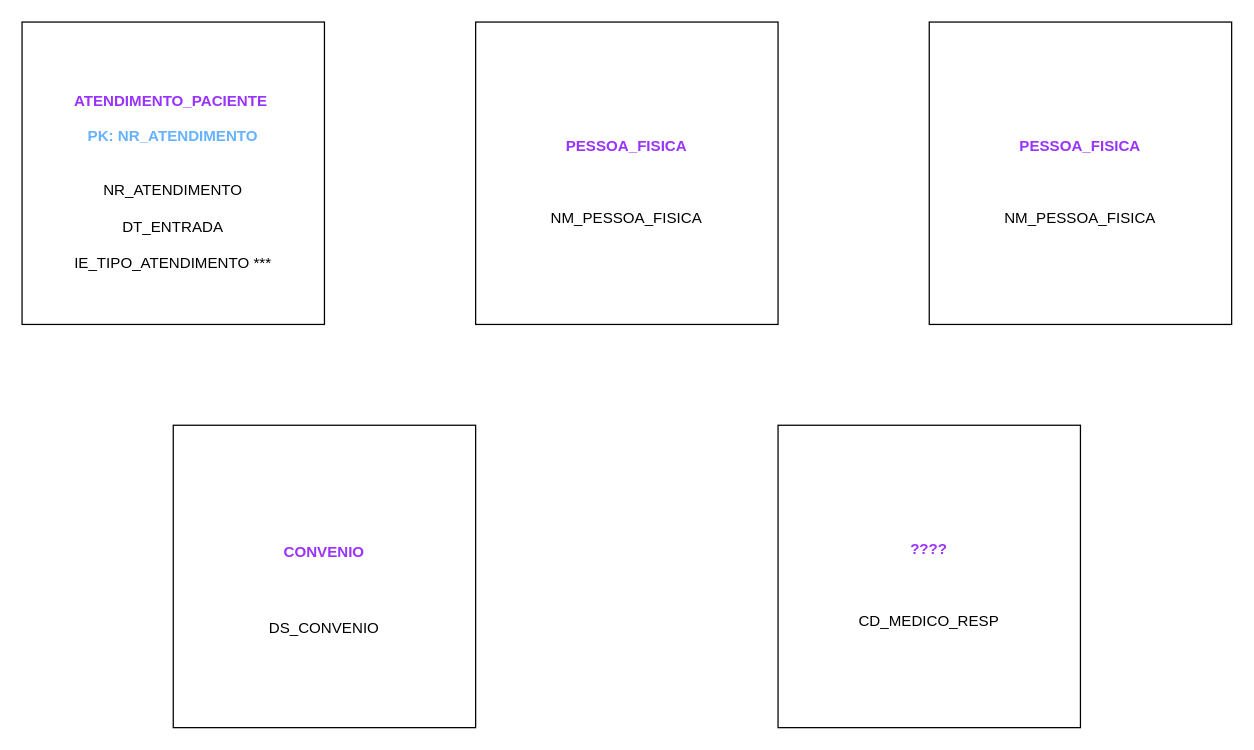
This is Exercício_09.drawio from PatriciaGavloski/diagramas.sql, a draw.io file, before an edit. Source tidied: cells renumbered, new cells numbered last; positions are measured from the earlier drawing's top-left corner, leaving out a move shared by most shapes. Both pictures are drawn from the tidied source at 126%, with x=0, y=0 at pixel (21, 21).
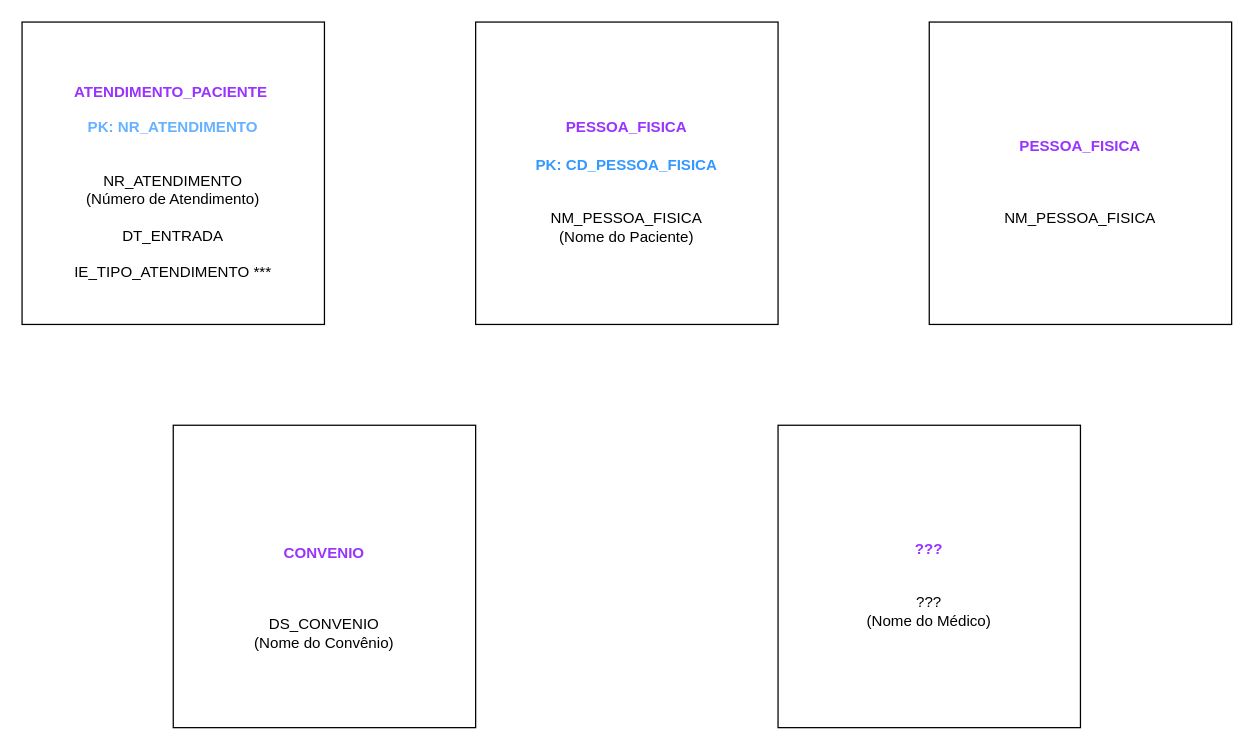
The same diagram, later.

The edit, as a diff of the source:
```diff
@@
 <mxGraphModel>
   <root>
     <mxCell id="0" />
     <mxCell id="1" parent="0" />
-    <mxCell id="2" value="&lt;p style=&quot;line-height: 150%;&quot; class=&quot;MsoNoSpacing&quot;&gt;&lt;b&gt;&lt;font color=&quot;#9933ff&quot;&gt;ATENDIMENTO_PACIENTE&lt;/font&gt;&lt;/b&gt;&lt;span style=&quot;background-color: initial;&quot;&gt;&amp;nbsp;&lt;/span&gt;&lt;/p&gt;&lt;span style=&quot;background-color: rgb(255, 255, 255);&quot;&gt;&lt;font color=&quot;#66b2ff&quot;&gt;&lt;b&gt;PK: NR_ATENDIMENTO&lt;/b&gt;&lt;/font&gt;&lt;/span&gt;&lt;div style=&quot;&quot;&gt;&lt;span style=&quot;background-color: initial;&quot;&gt;&lt;br&gt;&lt;/span&gt;&lt;/div&gt;&lt;div style=&quot;background-color: initial;&quot;&gt;&lt;span style=&quot;background-color: initial;&quot;&gt;&lt;br&gt;&lt;/span&gt;&lt;/div&gt;&lt;div style=&quot;background-color: initial;&quot;&gt;&lt;span style=&quot;background-color: initial;&quot;&gt;NR_ATENDIMENTO&lt;/span&gt;&lt;/div&gt;&lt;div style=&quot;background-color: initial;&quot;&gt;&lt;span style=&quot;background-color: initial;&quot;&gt;&lt;br&gt;&lt;/span&gt;&lt;/div&gt;&lt;div style=&quot;background-color: initial;&quot;&gt;DT_ENTRADA&lt;span style=&quot;background-color: initial;&quot;&gt;&lt;br&gt;&lt;/span&gt;&lt;/div&gt;&lt;div style=&quot;background-color: initial;&quot;&gt;&lt;br&gt;&lt;/div&gt;&lt;div style=&quot;background-color: initial;&quot;&gt;IE_TIPO_ATENDIMENTO ***&lt;br&gt;&lt;/div&gt;" style="whiteSpace=wrap;html=1;align=center;verticalAlign=middle;" parent="1" vertex="1">
+    <mxCell id="2" value="&lt;p style=&quot;line-height: 150%;&quot; class=&quot;MsoNoSpacing&quot;&gt;&lt;b&gt;&lt;font color=&quot;#9933ff&quot;&gt;ATENDIMENTO_PACIENTE&lt;/font&gt;&lt;/b&gt;&lt;span style=&quot;background-color: initial;&quot;&gt;&amp;nbsp;&lt;/span&gt;&lt;/p&gt;&lt;span style=&quot;background-color: rgb(255, 255, 255);&quot;&gt;&lt;font color=&quot;#66b2ff&quot;&gt;&lt;b&gt;PK: NR_ATENDIMENTO&lt;/b&gt;&lt;/font&gt;&lt;/span&gt;&lt;div style=&quot;&quot;&gt;&lt;span style=&quot;background-color: initial;&quot;&gt;&lt;br&gt;&lt;/span&gt;&lt;/div&gt;&lt;div style=&quot;background-color: initial;&quot;&gt;&lt;span style=&quot;background-color: initial;&quot;&gt;&lt;br&gt;&lt;/span&gt;&lt;/div&gt;&lt;div style=&quot;background-color: initial;&quot;&gt;&lt;span style=&quot;background-color: initial;&quot;&gt;NR_ATENDIMENTO&lt;/span&gt;&lt;/div&gt;&lt;div style=&quot;background-color: initial;&quot;&gt;&lt;span style=&quot;background-color: initial;&quot;&gt;(Número de Atendimento)&lt;/span&gt;&lt;/div&gt;&lt;div style=&quot;background-color: initial;&quot;&gt;&lt;span style=&quot;background-color: initial;&quot;&gt;&lt;br&gt;&lt;/span&gt;&lt;/div&gt;&lt;div style=&quot;background-color: initial;&quot;&gt;DT_ENTRADA&lt;span style=&quot;background-color: initial;&quot;&gt;&lt;br&gt;&lt;/span&gt;&lt;/div&gt;&lt;div style=&quot;background-color: initial;&quot;&gt;&lt;br&gt;&lt;/div&gt;&lt;div style=&quot;background-color: initial;&quot;&gt;IE_TIPO_ATENDIMENTO ***&lt;br&gt;&lt;/div&gt;" style="whiteSpace=wrap;html=1;align=center;verticalAlign=middle;" parent="1" vertex="1">
       <mxGeometry width="240" height="240" as="geometry" />
     </mxCell>
-    <mxCell id="3" value="&lt;p style=&quot;line-height: 150%;&quot; class=&quot;MsoNoSpacing&quot;&gt;&lt;b&gt;&lt;font color=&quot;#9933ff&quot;&gt;PESSOA_FISICA&lt;/font&gt;&lt;/b&gt;&lt;/p&gt;&lt;span style=&quot;background-color: initial;&quot;&gt;&lt;div style=&quot;&quot;&gt;&lt;span style=&quot;background-color: initial;&quot;&gt;&lt;br&gt;&lt;/span&gt;&lt;/div&gt;&lt;div style=&quot;&quot;&gt;&lt;span style=&quot;background-color: initial;&quot;&gt;&lt;br&gt;&lt;/span&gt;&lt;/div&gt;&lt;div style=&quot;&quot;&gt;&lt;span style=&quot;background-color: initial;&quot;&gt;NM_PESSOA_FISICA&lt;/span&gt;&lt;/div&gt;&lt;/span&gt;" style="whiteSpace=wrap;html=1;verticalAlign=middle;align=center;" parent="1" vertex="1">
+    <mxCell id="3" value="&lt;p style=&quot;line-height: 150%;&quot; class=&quot;MsoNoSpacing&quot;&gt;&lt;b&gt;&lt;font color=&quot;#9933ff&quot;&gt;PESSOA_FISICA&lt;/font&gt;&lt;/b&gt;&lt;/p&gt;&lt;p style=&quot;line-height: 150%;&quot; class=&quot;MsoNoSpacing&quot;&gt;&lt;b style=&quot;&quot;&gt;&lt;font color=&quot;#3399ff&quot;&gt;PK: CD_PESSOA_FISICA&lt;/font&gt;&lt;/b&gt;&lt;/p&gt;&lt;span style=&quot;background-color: initial;&quot;&gt;&lt;div style=&quot;&quot;&gt;&lt;span style=&quot;background-color: initial;&quot;&gt;&lt;br&gt;&lt;/span&gt;&lt;/div&gt;&lt;div style=&quot;&quot;&gt;&lt;span style=&quot;background-color: initial;&quot;&gt;NM_PESSOA_FISICA&lt;/span&gt;&lt;/div&gt;&lt;div style=&quot;&quot;&gt;&lt;span style=&quot;background-color: initial;&quot;&gt;(Nome do Paciente)&lt;/span&gt;&lt;/div&gt;&lt;/span&gt;" style="whiteSpace=wrap;html=1;verticalAlign=middle;align=center;" parent="1" vertex="1">
       <mxGeometry x="360" width="240" height="240" as="geometry" />
     </mxCell>
     <mxCell id="4" value="&lt;p style=&quot;line-height: 150%;&quot; class=&quot;MsoNoSpacing&quot;&gt;&lt;b&gt;&lt;font color=&quot;#9933ff&quot;&gt;PESSOA_FISICA&lt;/font&gt;&lt;/b&gt;&lt;/p&gt;&lt;span style=&quot;background-color: initial;&quot;&gt;&lt;br&gt;&lt;br&gt;NM_PESSOA_FISICA&lt;/span&gt;" style="whiteSpace=wrap;html=1;align=center;" parent="1" vertex="1">
       <mxGeometry x="720" width="240" height="240" as="geometry" />
     </mxCell>
-    <mxCell id="5" value="&lt;p style=&quot;line-height: 150%;&quot; class=&quot;MsoNoSpacing&quot;&gt;&lt;br/&gt;&lt;br/&gt;&lt;b&gt;&lt;font color=&quot;#9933ff&quot;&gt;CONVENIO&lt;/font&gt;&lt;/b&gt;&lt;/p&gt;&lt;span style=&quot;background-color: initial;&quot;&gt;&lt;div style=&quot;&quot;&gt;&lt;p style=&quot;text-align:justify;line-height:150%&quot; class=&quot;MsoNoSpacing&quot;&gt;&lt;span style=&quot;background-color: initial;&quot;&gt;&lt;br&gt;&lt;/span&gt;&lt;/p&gt;&lt;p style=&quot;text-align:justify;line-height:150%&quot; class=&quot;MsoNoSpacing&quot;&gt;&lt;span style=&quot;background-color: initial;&quot;&gt;DS_CONVENIO&lt;/span&gt;&lt;br&gt;&lt;/p&gt;&lt;p style=&quot;text-align:justify;line-height:150%&quot; class=&quot;MsoNoSpacing&quot;&gt;&lt;/p&gt;&lt;/div&gt;&lt;div style=&quot;&quot;&gt;&lt;br&gt;&lt;/div&gt;&lt;/span&gt;" style="whiteSpace=wrap;html=1;align=center;verticalAlign=middle;" parent="1" vertex="1">
+    <mxCell id="5" value="&lt;p style=&quot;line-height: 150%;&quot; class=&quot;MsoNoSpacing&quot;&gt;&lt;br&gt;&lt;br&gt;&lt;/p&gt;&lt;div style=&quot;&quot;&gt;&lt;b style=&quot;background-color: initial;&quot;&gt;&lt;font color=&quot;#9933ff&quot;&gt;CONVENIO&lt;/font&gt;&lt;/b&gt;&lt;/div&gt;&lt;p&gt;&lt;/p&gt;&lt;span style=&quot;background-color: initial;&quot;&gt;&lt;div style=&quot;&quot;&gt;&lt;p style=&quot;line-height: 150%;&quot; class=&quot;MsoNoSpacing&quot;&gt;&lt;span style=&quot;background-color: initial;&quot;&gt;&lt;br&gt;&lt;/span&gt;&lt;/p&gt;&lt;p style=&quot;line-height: 150%;&quot; class=&quot;MsoNoSpacing&quot;&gt;&lt;/p&gt;&lt;div style=&quot;&quot;&gt;&lt;span style=&quot;background-color: initial;&quot;&gt;DS_CONVENIO&lt;/span&gt;&lt;/div&gt;&lt;div style=&quot;&quot;&gt;&lt;span style=&quot;background-color: initial;&quot;&gt;(Nome do Convênio)&lt;/span&gt;&lt;/div&gt;&lt;p&gt;&lt;/p&gt;&lt;p style=&quot;line-height: 150%;&quot; class=&quot;MsoNoSpacing&quot;&gt;&lt;/p&gt;&lt;/div&gt;&lt;div style=&quot;&quot;&gt;&lt;br&gt;&lt;/div&gt;&lt;/span&gt;" style="whiteSpace=wrap;html=1;align=center;verticalAlign=middle;" parent="1" vertex="1">
       <mxGeometry x="120" y="320" width="240" height="240" as="geometry" />
     </mxCell>
-    <mxCell id="6" value="&lt;p style=&quot;line-height: 150%;&quot; class=&quot;MsoNoSpacing&quot;&gt;&lt;b&gt;&lt;font color=&quot;#9933ff&quot;&gt;????&lt;/font&gt;&lt;/b&gt;&lt;/p&gt;&lt;span style=&quot;background-color: initial;&quot;&gt;&lt;div style=&quot;&quot;&gt;&lt;br&gt;&lt;/div&gt;&lt;div style=&quot;&quot;&gt;&lt;span style=&quot;background-color: initial;&quot;&gt;&lt;br&gt;&lt;/span&gt;&lt;/div&gt;&lt;div style=&quot;&quot;&gt;CD_MEDICO_RESP&lt;br&gt;&lt;/div&gt;&lt;/span&gt;" style="whiteSpace=wrap;html=1;align=center;verticalAlign=middle;" parent="1" vertex="1">
+    <mxCell id="6" value="&lt;p style=&quot;line-height: 150%;&quot; class=&quot;MsoNoSpacing&quot;&gt;&lt;b&gt;&lt;font color=&quot;#9933ff&quot;&gt;???&lt;/font&gt;&lt;/b&gt;&lt;/p&gt;&lt;span style=&quot;background-color: initial;&quot;&gt;&lt;div style=&quot;&quot;&gt;&lt;br&gt;&lt;/div&gt;&lt;div style=&quot;&quot;&gt;&lt;span style=&quot;background-color: initial;&quot;&gt;???&lt;/span&gt;&lt;/div&gt;&lt;div style=&quot;&quot;&gt;(Nome do Médico)&lt;/div&gt;&lt;/span&gt;" style="whiteSpace=wrap;html=1;align=center;verticalAlign=middle;" parent="1" vertex="1">
       <mxGeometry x="600" y="320" width="240" height="240" as="geometry" />
     </mxCell>
   </root>
 </mxGraphModel>
```
